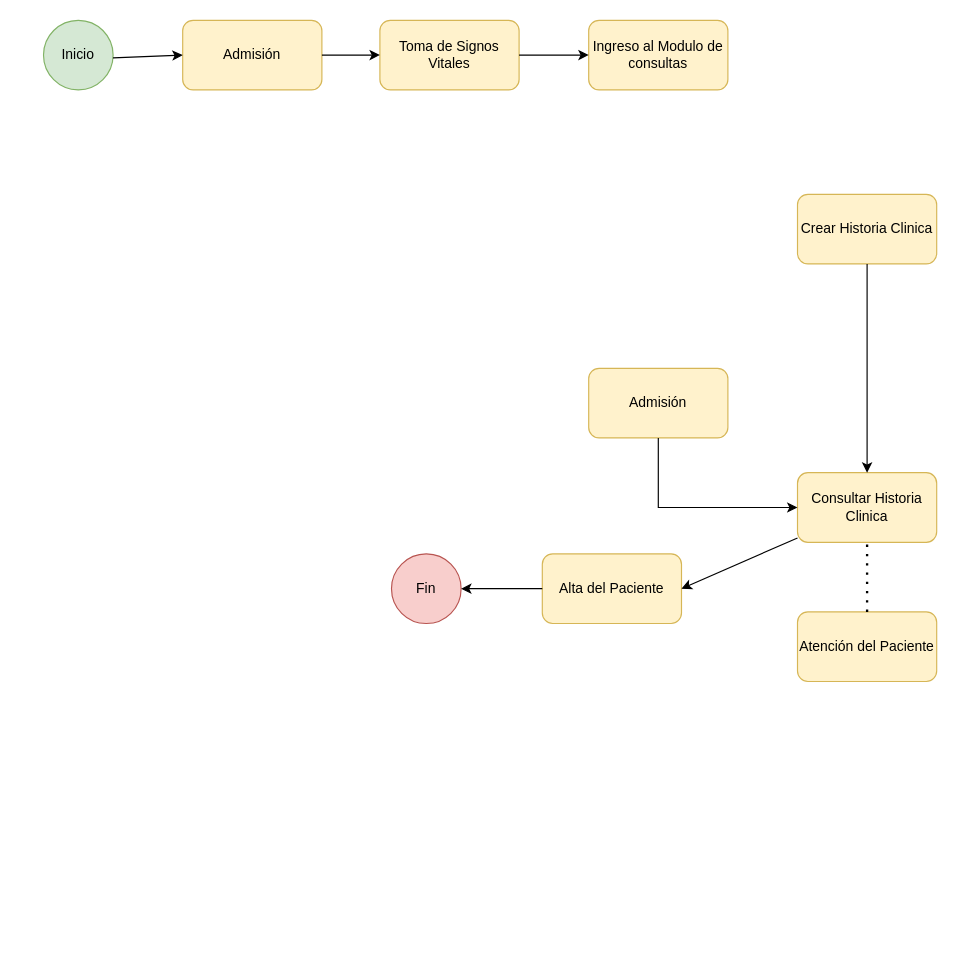
The draw.io diagram page "Diagrama de Laboratorio" (6 of 6) of Untitled Diagram.drawio in marguello86/Equipo1_MINSA, before the edit. Source tidied: cells renumbered, new cells numbered last; positions are measured from the earlier drawing's top-left corner, leaving out a move shared by most shapes. Both pictures are drawn from the tidied source at 116%, with x=0, y=0 at pixel (43, 20).
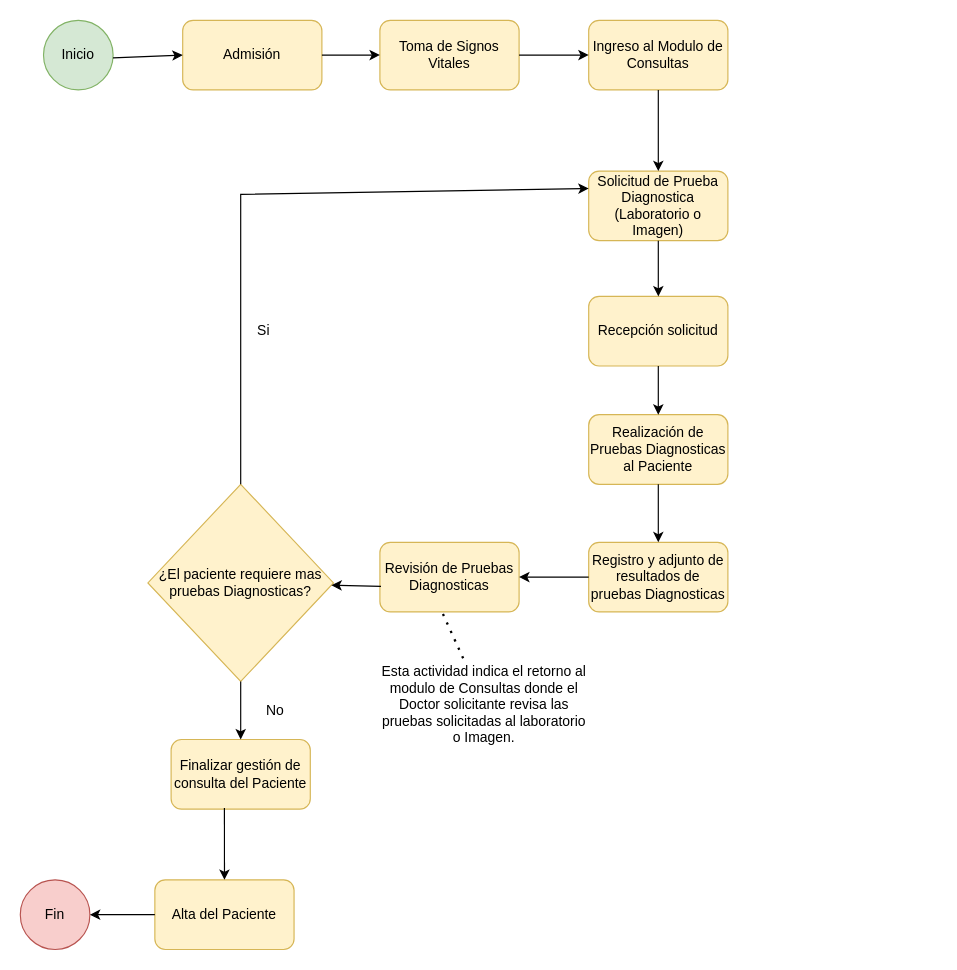
Above is the later version.

Diff of the diagram source:
```diff
@@
-    <mxCell id="7" value="Ingreso al Modulo de consultas" style="rounded=1;whiteSpace=wrap;html=1;fillColor=#fff2cc;strokeColor=#d6b656;" parent="1" vertex="1">
+    <mxCell id="7" value="Ingreso al Modulo de Consultas" style="rounded=1;whiteSpace=wrap;html=1;fillColor=#fff2cc;strokeColor=#d6b656;" parent="1" vertex="1">
       <mxGeometry x="470" width="120" height="60" as="geometry" />
     </mxCell>
@@
-    <mxCell id="9" value="Admisión" style="rounded=1;whiteSpace=wrap;html=1;fillColor=#fff2cc;strokeColor=#d6b656;" parent="1" vertex="1">
-      <mxGeometry x="470" y="300" width="120" height="60" as="geometry" />
-    </mxCell>
-    <mxCell id="10" value="Crear Historia Clinica" style="rounded=1;whiteSpace=wrap;html=1;fillColor=#fff2cc;strokeColor=#d6b656;" parent="1" vertex="1">
-      <mxGeometry x="650" y="150" width="120" height="60" as="geometry" />
+    <mxCell id="10" value="Solicitud de Prueba Diagnostica (Laboratorio o Imagen)" style="rounded=1;whiteSpace=wrap;html=1;fillColor=#fff2cc;strokeColor=#d6b656;" parent="1" vertex="1">
+      <mxGeometry x="470" y="130" width="120" height="60" as="geometry" />
     </mxCell>
-    <mxCell id="11" value="Consultar Historia Clinica" style="rounded=1;whiteSpace=wrap;html=1;fillColor=#fff2cc;strokeColor=#d6b656;" parent="1" vertex="1">
-      <mxGeometry x="650" y="390" width="120" height="60" as="geometry" />
+    <mxCell id="11" value="Recepción solicitud" style="rounded=1;whiteSpace=wrap;html=1;fillColor=#fff2cc;strokeColor=#d6b656;" parent="1" vertex="1">
+      <mxGeometry x="470" y="238" width="120" height="60" as="geometry" />
     </mxCell>
@@
-    <mxCell id="13" style="endArrow=classic;html=1;rounded=0;entryX=0;entryY=0.5;entryDx=0;entryDy=0;" parent="1" edge="1" source="9" target="11">
-      <mxGeometry relative="1" as="geometry">
-        <Array as="points">
-          <mxPoint x="530" y="420" />
-        </Array>
-      </mxGeometry>
-    </mxCell>
-    <mxCell id="14" value="Atención del Paciente" style="rounded=1;whiteSpace=wrap;html=1;fillColor=#fff2cc;strokeColor=#d6b656;" parent="1" vertex="1">
-      <mxGeometry x="650" y="510" width="120" height="60" as="geometry" />
+    <mxCell id="14" value="Realización de Pruebas Diagnosticas al Paciente" style="rounded=1;whiteSpace=wrap;html=1;fillColor=#fff2cc;strokeColor=#d6b656;" parent="1" vertex="1">
+      <mxGeometry x="470" y="340" width="120" height="60" as="geometry" />
     </mxCell>
-    <mxCell id="15" style="endArrow=none;dashed=1;html=1;dashPattern=1 3;strokeWidth=2;rounded=0;entryX=0.5;entryY=1;entryDx=0;entryDy=0;" parent="1" edge="1" source="14" target="11">
-      <mxGeometry relative="1" as="geometry" />
-    </mxCell>
     <mxCell id="16" value="Alta del Paciente" style="rounded=1;whiteSpace=wrap;html=1;fillColor=#fff2cc;strokeColor=#d6b656;" parent="1" vertex="1">
-      <mxGeometry x="430" y="460" width="120" height="60" as="geometry" />
+      <mxGeometry x="96" y="741" width="120" height="60" as="geometry" />
     </mxCell>
-    <mxCell id="17" style="endArrow=classic;html=1;rounded=0;entryX=1;entryY=0.5;entryDx=0;entryDy=0;" parent="1" edge="1" source="11" target="16">
+    <mxCell id="17" style="endArrow=classic;html=1;rounded=0;" parent="1" edge="1" source="11" target="14">
       <mxGeometry relative="1" as="geometry" />
     </mxCell>
     <mxCell id="18" value="Fin" style="ellipse;whiteSpace=wrap;html=1;fillColor=#f8cecc;strokeColor=#b85450;" parent="1" vertex="1">
-      <mxGeometry x="300" y="460" width="60" height="60" as="geometry" />
+      <mxGeometry x="-20" y="741" width="60" height="60" as="geometry" />
     </mxCell>
@@
+    <mxCell id="20" style="endArrow=classic;html=1;rounded=0;exitX=0.5;exitY=1;exitDx=0;exitDy=0;" parent="1" edge="1" source="7" target="10">
+      <mxGeometry relative="1" as="geometry" />
+    </mxCell>
+    <mxCell id="21" value="Registro y adjunto de resultados de pruebas Diagnosticas" style="rounded=1;whiteSpace=wrap;html=1;fillColor=#fff2cc;strokeColor=#d6b656;" parent="1" vertex="1">
+      <mxGeometry x="470" y="450" width="120" height="60" as="geometry" />
+    </mxCell>
+    <mxCell id="22" style="endArrow=classic;html=1;rounded=0;exitX=0.5;exitY=1;exitDx=0;exitDy=0;" parent="1" edge="1" source="14" target="21">
+      <mxGeometry relative="1" as="geometry" />
+    </mxCell>
+    <mxCell id="23" value="Revisión de Pruebas Diagnosticas" style="rounded=1;whiteSpace=wrap;html=1;fillColor=#fff2cc;strokeColor=#d6b656;" parent="1" vertex="1">
+      <mxGeometry x="290" y="450" width="120" height="60" as="geometry" />
+    </mxCell>
+    <mxCell id="24" value="Esta actividad indica el retorno al modulo de Consultas donde el Doctor solicitante revisa las pruebas solicitadas al laboratorio o Imagen." style="text;html=1;strokeColor=none;fillColor=none;align=center;verticalAlign=middle;whiteSpace=wrap;rounded=0;" parent="1" vertex="1">
+      <mxGeometry x="290" y="550" width="180" height="80" as="geometry" />
+    </mxCell>
+    <mxCell id="25" style="endArrow=none;dashed=1;html=1;dashPattern=1 3;strokeWidth=2;rounded=0;entryX=0.45;entryY=1.017;entryDx=0;entryDy=0;entryPerimeter=0;" parent="1" edge="1" source="24" target="23">
+      <mxGeometry relative="1" as="geometry" />
+    </mxCell>
+    <mxCell id="26" style="endArrow=classic;html=1;rounded=0;exitX=0;exitY=0.5;exitDx=0;exitDy=0;" parent="1" edge="1" source="21" target="23">
+      <mxGeometry relative="1" as="geometry" />
+    </mxCell>
+    <mxCell id="27" value="¿El paciente requiere mas pruebas Diagnosticas?" style="rhombus;whiteSpace=wrap;html=1;fillColor=#fff2cc;strokeColor=#d6b656;" parent="1" vertex="1">
+      <mxGeometry x="90" y="400" width="160" height="170" as="geometry" />
+    </mxCell>
+    <mxCell id="28" value="Si" style="text;html=1;strokeColor=none;fillColor=none;align=center;verticalAlign=middle;whiteSpace=wrap;rounded=0;" parent="1" vertex="1">
+      <mxGeometry x="160" y="253" width="60" height="30" as="geometry" />
+    </mxCell>
+    <mxCell id="29" style="endArrow=classic;html=1;rounded=0;exitX=0.5;exitY=0;exitDx=0;exitDy=0;entryX=0;entryY=0.25;entryDx=0;entryDy=0;" parent="1" edge="1" source="27" target="10">
+      <mxGeometry relative="1" as="geometry">
+        <Array as="points">
+          <mxPoint x="170" y="150" />
+        </Array>
+      </mxGeometry>
+    </mxCell>
+    <mxCell id="30" value="No" style="text;html=1;strokeColor=none;fillColor=none;align=center;verticalAlign=middle;whiteSpace=wrap;rounded=0;" parent="1" vertex="1">
+      <mxGeometry x="170" y="580" width="60" height="30" as="geometry" />
+    </mxCell>
+    <mxCell id="31" style="endArrow=classic;html=1;rounded=0;exitX=0.008;exitY=0.633;exitDx=0;exitDy=0;exitPerimeter=0;" parent="1" edge="1" source="23" target="27">
+      <mxGeometry relative="1" as="geometry" />
+    </mxCell>
+    <mxCell id="32" value="Finalizar gestión de consulta del Paciente" style="rounded=1;whiteSpace=wrap;html=1;fillColor=#fff2cc;strokeColor=#d6b656;" parent="1" vertex="1">
+      <mxGeometry x="110" y="620" width="120" height="60" as="geometry" />
+    </mxCell>
+    <mxCell id="33" style="endArrow=classic;html=1;rounded=0;exitX=0.5;exitY=1;exitDx=0;exitDy=0;entryX=0.5;entryY=0;entryDx=0;entryDy=0;" parent="1" edge="1" source="27" target="32">
+      <mxGeometry relative="1" as="geometry" />
+    </mxCell>
+    <mxCell id="34" style="endArrow=classic;html=1;rounded=0;exitX=0.383;exitY=0.983;exitDx=0;exitDy=0;exitPerimeter=0;entryX=0.5;entryY=0;entryDx=0;entryDy=0;" parent="1" edge="1" source="32" target="16">
+      <mxGeometry relative="1" as="geometry" />
+    </mxCell>
```
